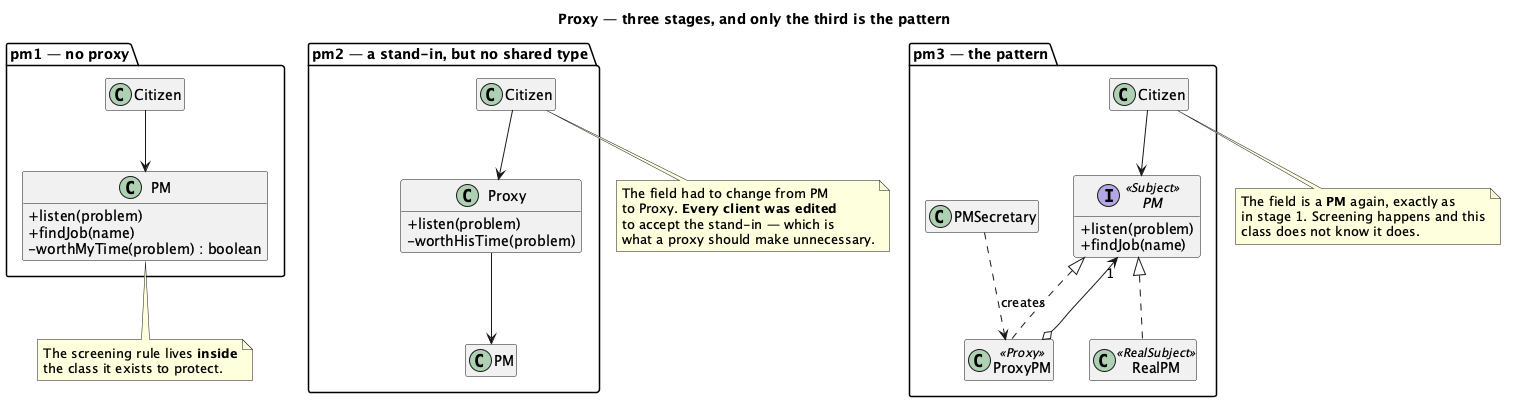
The PlantUML diagram src/main/java/dev/kaldiroglu/dp/introduction/proxy/pm/uml/Proxy - Prime Minister - Class Diagram.png in kaldiroglu/DesignPatternsWithJava, before a commit. Its diagram source:
```plantuml
@startuml "Proxy - Prime Minister - Class Diagram"
skinparam classAttributeIconSize 0
hide empty members
title Proxy — three stages, and only the third is the pattern


package "pm1 — no proxy" {
  class PM1 as "PM" {
    + listen(problem)
    + findJob(name)
    - worthMyTime(problem) : boolean
  }
  class Citizen1 as "Citizen"
  Citizen1 --> PM1
}

package "pm2 — a stand-in, but no shared type" {
  class PM2 as "PM"
  class Proxy2 as "Proxy" {
    + listen(problem)
    - worthHisTime(problem)
  }
  class Citizen2 as "Citizen"
  Citizen2 --> Proxy2
  Proxy2 --> PM2
}

package "pm3 — the pattern" {
  interface PM3 as "PM" <<Subject>> {
    + listen(problem)
    + findJob(name)
  }
  class RealPM <<RealSubject>>
  class ProxyPM <<Proxy>>
  class PMSecretary
  class Citizen3 as "Citizen"

  PM3 <|.. RealPM
  PM3 <|.. ProxyPM
  ProxyPM o--> "1" PM3
  PMSecretary ..> ProxyPM : creates
  Citizen3 --> PM3
}

note bottom of PM1
  The screening rule lives <b>inside</b>
  the class it exists to protect.
end note

note bottom of Citizen2
  The field had to change from PM
  to Proxy. <b>Every client was edited</b>
  to accept the stand-in — which is
  what a proxy should make unnecessary.
end note

note bottom of Citizen3
  The field is a <b>PM</b> again, exactly as
  in stage 1. Screening happens and this
  class does not know it does.
end note

@enduml
```
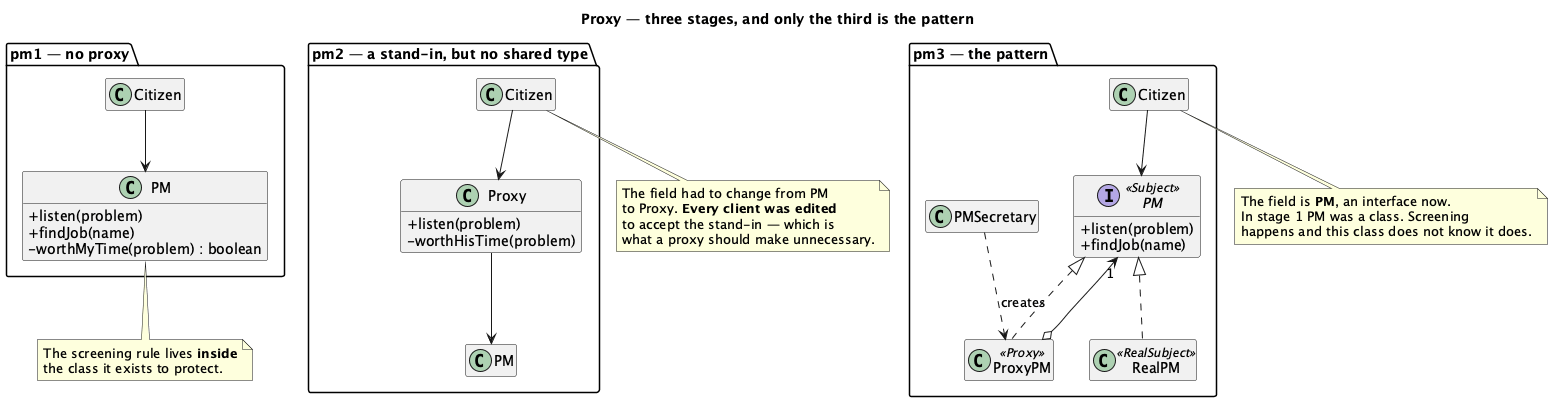
Above is the later version.

Diff of the diagram source:
```diff
@@ -55,9 +55,9 @@
 end note
 
 note bottom of Citizen3
-  The field is a <b>PM</b> again, exactly as
-  in stage 1. Screening happens and this
-  class does not know it does.
+  The field is <b>PM</b>, an interface now.
+  In stage 1 PM was a class. Screening
+  happens and this class does not know it does.
 end note
 
 @enduml
```
